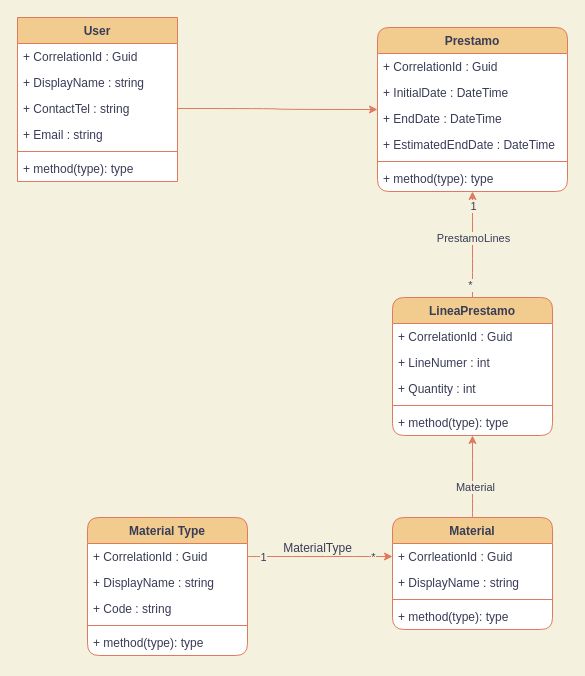
Before: Documentation/Class Diagram.drawio in Inakigarro/IGarro.Loans, a draw.io diagram. Source tidied: cells renumbered, new cells numbered last; positions are measured from the earlier drawing's top-left corner, leaving out a move shared by most shapes. Both pictures are drawn from the tidied source at 100%, with x=0, y=0 at pixel (17, 17).
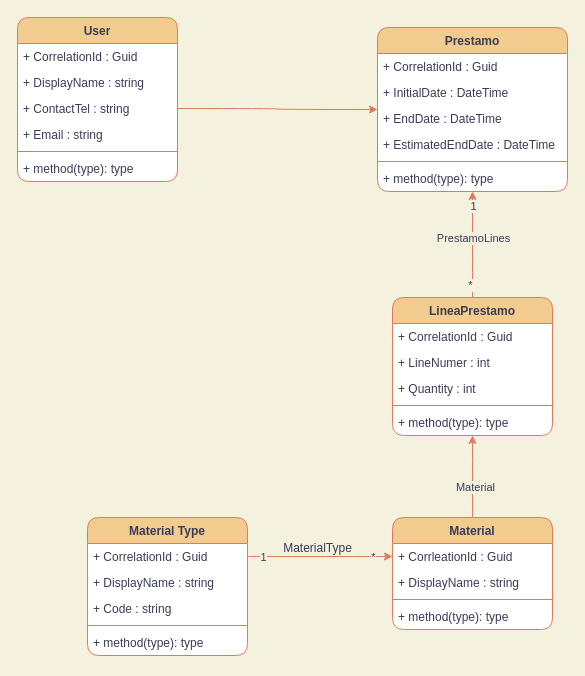
Above is the later version.

Change to the diagram source:
```diff
@@
-    <mxCell id="36" value="User" style="swimlane;fontStyle=1;align=center;verticalAlign=top;horizontal=1;startSize=26;fillColor=#F2CC8F;strokeColor=#E07A5F;fontColor=#393C56;swimlaneFillColor=default;" parent="1" vertex="1">
+    <mxCell id="36" value="User" style="swimlane;fontStyle=1;align=center;verticalAlign=top;horizontal=1;startSize=26;fillColor=#F2CC8F;strokeColor=#E07A5F;fontColor=#393C56;swimlaneFillColor=default;rounded=1;" parent="1" vertex="1">
       <mxGeometry width="160" height="164" as="geometry" />
     </mxCell>
```
